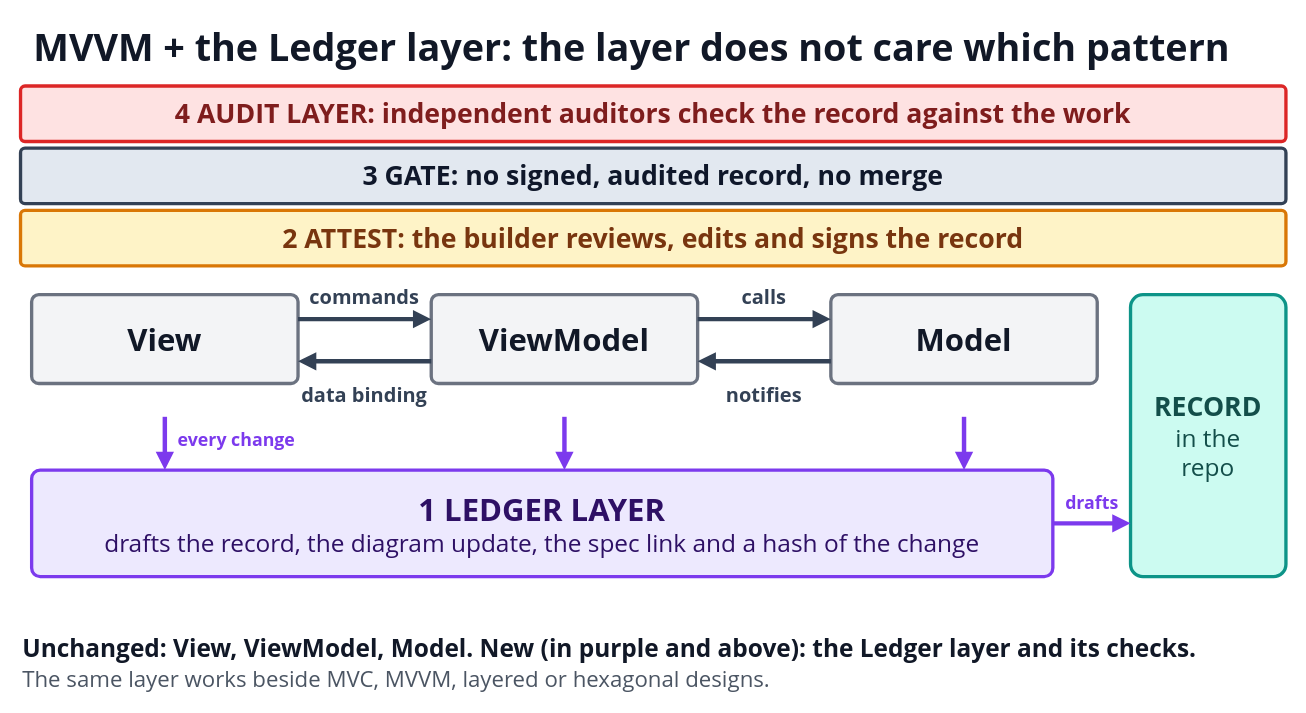
Earlier version of the draw.io diagram diagrams/09b-mvvm-with-ledger-layer.drawio (i-asimkhan/ledger-layer-pattern). Source tidied: cells renumbered, new cells numbered last; positions are measured from the earlier drawing's top-left corner, leaving out a move shared by most shapes. Both pictures are drawn from the tidied source at 111%, with x=0, y=0 at pixel (20, 19).
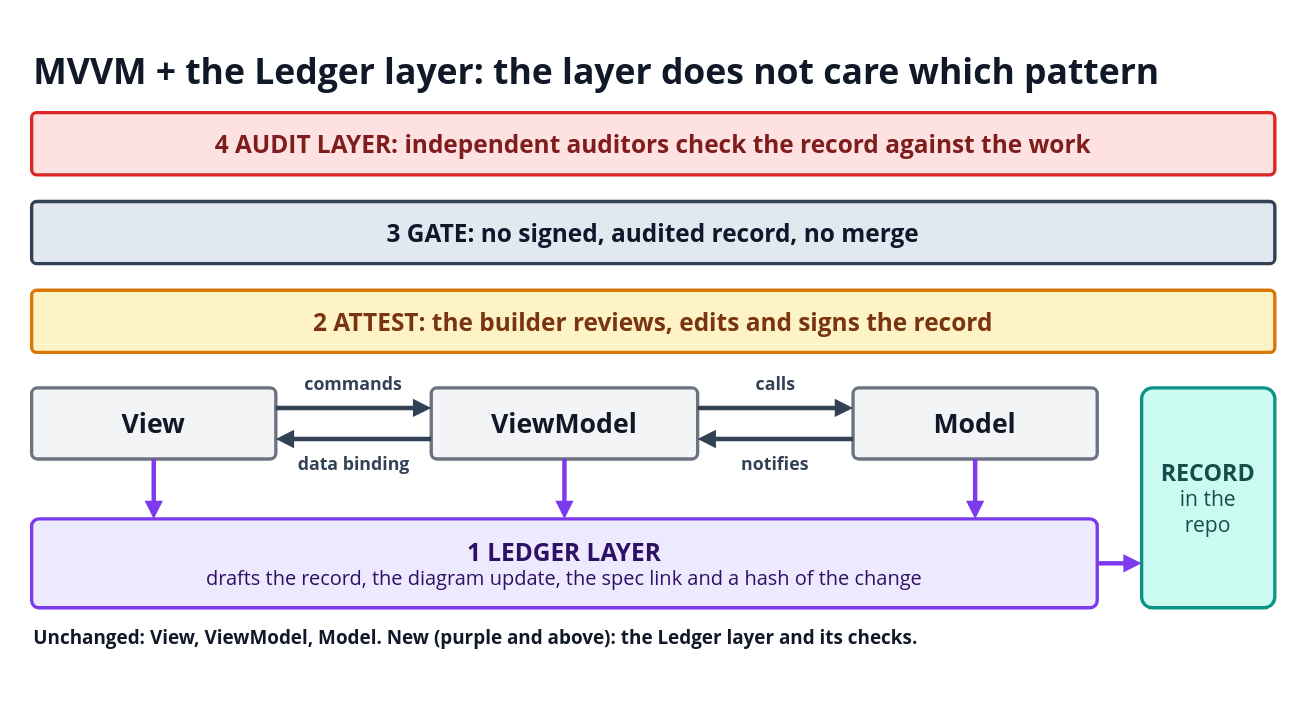
After the change.

The edit, as a diff of the source:
```diff
@@
-    <mxCell id="2" value="MVVM + the Ledger layer: the layer does not care which pattern" style="text;html=1;strokeColor=none;fillColor=none;whiteSpace=wrap;verticalAlign=middle;align=left;fontSize=34;fontColor=#111827;fontFamily=Segoe UI;fontStyle=1;" parent="1" vertex="1">
-      <mxGeometry x="10" width="1120" height="50" as="geometry" />
+    <mxCell id="2" value="MVVM + the Ledger layer: the layer does not care which pattern" style="text;html=1;strokeColor=none;fillColor=none;whiteSpace=wrap;verticalAlign=middle;align=left;fontSize=32;fontColor=#111827;fontFamily=Segoe UI;fontStyle=1;" parent="1" vertex="1">
+      <mxGeometry x="10" y="26" width="1120" height="42" as="geometry" />
     </mxCell>
-    <mxCell id="3" value="&lt;span style=&quot;font-size:24px&quot;&gt;&lt;b&gt;4  AUDIT LAYER: independent auditors check the record against the work&lt;/b&gt;&lt;/span&gt;" style="rounded=1;arcSize=8;whiteSpace=wrap;html=1;fillColor=#FEE2E2;strokeColor=#DC2626;fontColor=#7F1D1D;strokeWidth=3;align=center;verticalAlign=middle;fontSize=24;fontFamily=Segoe UI;" parent="1" vertex="1">
-      <mxGeometry y="60" width="1140" height="50" as="geometry" />
+    <mxCell id="3" value="&lt;span style=&quot;font-size:22px&quot;&gt;&lt;b&gt;4  AUDIT LAYER: independent auditors check the record against the work&lt;/b&gt;&lt;/span&gt;" style="rounded=1;arcSize=8;whiteSpace=wrap;html=1;fillColor=#FEE2E2;strokeColor=#DC2626;fontColor=#7F1D1D;strokeWidth=3;align=center;verticalAlign=middle;fontSize=24;fontFamily=Segoe UI;spacing=14;" parent="1" vertex="1">
+      <mxGeometry x="10" y="84" width="1120" height="56" as="geometry" />
     </mxCell>
-    <mxCell id="4" value="&lt;span style=&quot;font-size:24px&quot;&gt;&lt;b&gt;3  GATE: no signed, audited record, no merge&lt;/b&gt;&lt;/span&gt;" style="rounded=1;arcSize=8;whiteSpace=wrap;html=1;fillColor=#E2E8F0;strokeColor=#334155;fontColor=#0F172A;strokeWidth=3;align=center;verticalAlign=middle;fontSize=24;fontFamily=Segoe UI;" parent="1" vertex="1">
-      <mxGeometry y="116" width="1140" height="50" as="geometry" />
+    <mxCell id="4" value="&lt;span style=&quot;font-size:22px&quot;&gt;&lt;b&gt;3  GATE: no signed, audited record, no merge&lt;/b&gt;&lt;/span&gt;" style="rounded=1;arcSize=8;whiteSpace=wrap;html=1;fillColor=#E2E8F0;strokeColor=#334155;fontColor=#0F172A;strokeWidth=3;align=center;verticalAlign=middle;fontSize=24;fontFamily=Segoe UI;spacing=14;" parent="1" vertex="1">
+      <mxGeometry x="10" y="164" width="1120" height="56" as="geometry" />
     </mxCell>
-    <mxCell id="5" value="&lt;span style=&quot;font-size:24px&quot;&gt;&lt;b&gt;2  ATTEST: the builder reviews, edits and signs the record&lt;/b&gt;&lt;/span&gt;" style="rounded=1;arcSize=8;whiteSpace=wrap;html=1;fillColor=#FEF3C7;strokeColor=#D97706;fontColor=#78350F;strokeWidth=3;align=center;verticalAlign=middle;fontSize=24;fontFamily=Segoe UI;" parent="1" vertex="1">
-      <mxGeometry y="172" width="1140" height="50" as="geometry" />
+    <mxCell id="5" value="&lt;span style=&quot;font-size:22px&quot;&gt;&lt;b&gt;2  ATTEST: the builder reviews, edits and signs the record&lt;/b&gt;&lt;/span&gt;" style="rounded=1;arcSize=8;whiteSpace=wrap;html=1;fillColor=#FEF3C7;strokeColor=#D97706;fontColor=#78350F;strokeWidth=3;align=center;verticalAlign=middle;fontSize=24;fontFamily=Segoe UI;spacing=14;" parent="1" vertex="1">
+      <mxGeometry x="10" y="244" width="1120" height="56" as="geometry" />
     </mxCell>
-    <mxCell id="6" value="&lt;span style=&quot;font-size:28px&quot;&gt;&lt;b&gt;View&lt;/b&gt;&lt;/span&gt;" style="rounded=1;arcSize=8;whiteSpace=wrap;html=1;fillColor=#F3F4F6;strokeColor=#6B7280;fontColor=#111827;strokeWidth=3;align=center;verticalAlign=middle;fontSize=24;fontFamily=Segoe UI;" parent="1" vertex="1">
-      <mxGeometry x="10" y="248" width="240" height="80" as="geometry" />
+    <mxCell id="6" value="&lt;span style=&quot;font-size:24px&quot;&gt;&lt;b&gt;View&lt;/b&gt;&lt;/span&gt;" style="rounded=1;arcSize=8;whiteSpace=wrap;html=1;fillColor=#F3F4F6;strokeColor=#6B7280;fontColor=#111827;strokeWidth=3;align=center;verticalAlign=middle;fontSize=24;fontFamily=Segoe UI;spacing=14;" parent="1" vertex="1">
+      <mxGeometry x="10" y="332" width="220" height="64" as="geometry" />
     </mxCell>
-    <mxCell id="7" value="&lt;span style=&quot;font-size:28px&quot;&gt;&lt;b&gt;ViewModel&lt;/b&gt;&lt;/span&gt;" style="rounded=1;arcSize=8;whiteSpace=wrap;html=1;fillColor=#F3F4F6;strokeColor=#6B7280;fontColor=#111827;strokeWidth=3;align=center;verticalAlign=middle;fontSize=24;fontFamily=Segoe UI;" parent="1" vertex="1">
-      <mxGeometry x="370" y="248" width="240" height="80" as="geometry" />
+    <mxCell id="7" value="&lt;span style=&quot;font-size:24px&quot;&gt;&lt;b&gt;ViewModel&lt;/b&gt;&lt;/span&gt;" style="rounded=1;arcSize=8;whiteSpace=wrap;html=1;fillColor=#F3F4F6;strokeColor=#6B7280;fontColor=#111827;strokeWidth=3;align=center;verticalAlign=middle;fontSize=24;fontFamily=Segoe UI;spacing=14;" parent="1" vertex="1">
+      <mxGeometry x="370" y="332" width="240" height="64" as="geometry" />
     </mxCell>
-    <mxCell id="8" value="&lt;span style=&quot;font-size:28px&quot;&gt;&lt;b&gt;Model&lt;/b&gt;&lt;/span&gt;" style="rounded=1;arcSize=8;whiteSpace=wrap;html=1;fillColor=#F3F4F6;strokeColor=#6B7280;fontColor=#111827;strokeWidth=3;align=center;verticalAlign=middle;fontSize=24;fontFamily=Segoe UI;" parent="1" vertex="1">
-      <mxGeometry x="730" y="248" width="240" height="80" as="geometry" />
+    <mxCell id="8" value="&lt;span style=&quot;font-size:24px&quot;&gt;&lt;b&gt;Model&lt;/b&gt;&lt;/span&gt;" style="rounded=1;arcSize=8;whiteSpace=wrap;html=1;fillColor=#F3F4F6;strokeColor=#6B7280;fontColor=#111827;strokeWidth=3;align=center;verticalAlign=middle;fontSize=24;fontFamily=Segoe UI;spacing=14;" parent="1" vertex="1">
+      <mxGeometry x="750" y="332" width="220" height="64" as="geometry" />
     </mxCell>
     <mxCell id="9" style="endArrow=block;endFill=1;html=1;rounded=0;strokeColor=#334155;strokeWidth=4;" parent="1" edge="1">
       <mxGeometry relative="1" as="geometry">
-        <mxPoint x="250" y="270" as="sourcePoint" />
-        <mxPoint x="370" y="270" as="targetPoint" />
+        <mxPoint x="230" y="350" as="sourcePoint" />
+        <mxPoint x="370" y="350" as="targetPoint" />
       </mxGeometry>
     </mxCell>
-    <mxCell id="10" value="commands" style="text;html=1;strokeColor=none;fillColor=none;whiteSpace=wrap;verticalAlign=middle;align=center;fontSize=18;fontColor=#334155;fontFamily=Segoe UI;fontStyle=1;" parent="1" vertex="1">
-      <mxGeometry x="265" y="236" width="90" height="28" as="geometry" />
+    <mxCell id="10" value="commands" style="text;html=1;strokeColor=none;fillColor=none;whiteSpace=wrap;verticalAlign=middle;labelBackgroundColor=#FFFFFF;align=center;fontSize=16;fontColor=#334155;fontFamily=Segoe UI;fontStyle=1;" parent="1" vertex="1">
+      <mxGeometry x="261" y="315" width="78" height="26" as="geometry" />
     </mxCell>
     <mxCell id="11" style="endArrow=block;endFill=1;html=1;rounded=0;strokeColor=#334155;strokeWidth=4;" parent="1" edge="1">
       <mxGeometry relative="1" as="geometry">
-        <mxPoint x="370" y="308" as="sourcePoint" />
-        <mxPoint x="250" y="308" as="targetPoint" />
+        <mxPoint x="370" y="378" as="sourcePoint" />
+        <mxPoint x="230" y="378" as="targetPoint" />
       </mxGeometry>
     </mxCell>
-    <mxCell id="12" value="data binding" style="text;html=1;strokeColor=none;fillColor=none;whiteSpace=wrap;verticalAlign=middle;align=center;fontSize=18;fontColor=#334155;fontFamily=Segoe UI;fontStyle=1;" parent="1" vertex="1">
-      <mxGeometry x="246" y="324" width="128" height="28" as="geometry" />
+    <mxCell id="12" value="data binding" style="text;html=1;strokeColor=none;fillColor=none;whiteSpace=wrap;verticalAlign=middle;labelBackgroundColor=#FFFFFF;align=center;fontSize=16;fontColor=#334155;fontFamily=Segoe UI;fontStyle=1;" parent="1" vertex="1">
+      <mxGeometry x="244.5" y="387" width="111" height="26" as="geometry" />
     </mxCell>
     <mxCell id="13" style="endArrow=block;endFill=1;html=1;rounded=0;strokeColor=#334155;strokeWidth=4;" parent="1" edge="1">
       <mxGeometry relative="1" as="geometry">
-        <mxPoint x="610" y="270" as="sourcePoint" />
-        <mxPoint x="730" y="270" as="targetPoint" />
+        <mxPoint x="610" y="350" as="sourcePoint" />
+        <mxPoint x="750" y="350" as="targetPoint" />
       </mxGeometry>
     </mxCell>
-    <mxCell id="14" value="calls" style="text;html=1;strokeColor=none;fillColor=none;whiteSpace=wrap;verticalAlign=middle;align=center;fontSize=18;fontColor=#334155;fontFamily=Segoe UI;fontStyle=1;" parent="1" vertex="1">
-      <mxGeometry x="639" y="236" width="62" height="28" as="geometry" />
+    <mxCell id="14" value="calls" style="text;html=1;strokeColor=none;fillColor=none;whiteSpace=wrap;verticalAlign=middle;labelBackgroundColor=#FFFFFF;align=center;fontSize=16;fontColor=#334155;fontFamily=Segoe UI;fontStyle=1;" parent="1" vertex="1">
+      <mxGeometry x="653.5" y="315" width="53" height="26" as="geometry" />
     </mxCell>
     <mxCell id="15" style="endArrow=block;endFill=1;html=1;rounded=0;strokeColor=#334155;strokeWidth=4;" parent="1" edge="1">
       <mxGeometry relative="1" as="geometry">
-        <mxPoint x="730" y="308" as="sourcePoint" />
-        <mxPoint x="610" y="308" as="targetPoint" />
+        <mxPoint x="750" y="378" as="sourcePoint" />
+        <mxPoint x="610" y="378" as="targetPoint" />
       </mxGeometry>
     </mxCell>
-    <mxCell id="16" value="notifies" style="text;html=1;strokeColor=none;fillColor=none;whiteSpace=wrap;verticalAlign=middle;align=center;fontSize=18;fontColor=#334155;fontFamily=Segoe UI;fontStyle=1;" parent="1" vertex="1">
-      <mxGeometry x="625" y="324" width="90" height="28" as="geometry" />
+    <mxCell id="16" value="notifies" style="text;html=1;strokeColor=none;fillColor=none;whiteSpace=wrap;verticalAlign=middle;labelBackgroundColor=#FFFFFF;align=center;fontSize=16;fontColor=#334155;fontFamily=Segoe UI;fontStyle=1;" parent="1" vertex="1">
+      <mxGeometry x="641" y="387" width="78" height="26" as="geometry" />
     </mxCell>
-    <mxCell id="17" value="&lt;span style=&quot;font-size:28px&quot;&gt;&lt;b&gt;1  LEDGER LAYER&lt;/b&gt;&lt;/span&gt;&lt;br&gt;&lt;span style=&quot;font-size:22px&quot;&gt;drafts the record, the diagram update, the spec link and a hash of the change&lt;/span&gt;" style="rounded=1;arcSize=8;whiteSpace=wrap;html=1;fillColor=#EDE9FE;strokeColor=#7C3AED;fontColor=#2E1065;strokeWidth=3;align=center;verticalAlign=middle;fontSize=22;fontFamily=Segoe UI;" parent="1" vertex="1">
-      <mxGeometry x="10" y="406" width="920" height="96" as="geometry" />
+    <mxCell id="17" value="&lt;span style=&quot;font-size:22px&quot;&gt;&lt;b&gt;1  LEDGER LAYER&lt;/b&gt;&lt;/span&gt;&lt;br&gt;&lt;span style=&quot;font-size:18px&quot;&gt;drafts the record, the diagram update, the spec link and a hash of the change&lt;/span&gt;" style="rounded=1;arcSize=8;whiteSpace=wrap;html=1;fillColor=#EDE9FE;strokeColor=#7C3AED;fontColor=#2E1065;strokeWidth=3;align=center;verticalAlign=middle;fontSize=18;fontFamily=Segoe UI;spacing=14;" parent="1" vertex="1">
+      <mxGeometry x="10" y="450" width="960" height="80" as="geometry" />
     </mxCell>
-    <mxCell id="18" value="&lt;span style=&quot;font-size:24px&quot;&gt;&lt;b&gt;RECORD&lt;/b&gt;&lt;/span&gt;&lt;br&gt;&lt;span style=&quot;font-size:22px&quot;&gt;in the&lt;/span&gt;&lt;br&gt;&lt;span style=&quot;font-size:22px&quot;&gt;repo&lt;/span&gt;" style="rounded=1;arcSize=8;whiteSpace=wrap;html=1;fillColor=#CCFBF1;strokeColor=#0D9488;fontColor=#134E4A;strokeWidth=3;align=center;verticalAlign=middle;fontSize=22;fontFamily=Segoe UI;" parent="1" vertex="1">
-      <mxGeometry x="1000" y="248" width="140" height="254" as="geometry" />
+    <mxCell id="18" value="&lt;span style=&quot;font-size:21px&quot;&gt;&lt;b&gt;RECORD&lt;/b&gt;&lt;/span&gt;&lt;br&gt;&lt;span style=&quot;font-size:19px&quot;&gt;in the&lt;/span&gt;&lt;br&gt;&lt;span style=&quot;font-size:19px&quot;&gt;repo&lt;/span&gt;" style="rounded=1;arcSize=8;whiteSpace=wrap;html=1;fillColor=#CCFBF1;strokeColor=#0D9488;fontColor=#134E4A;strokeWidth=3;align=center;verticalAlign=middle;fontSize=19;fontFamily=Segoe UI;spacing=14;" parent="1" vertex="1">
+      <mxGeometry x="1010" y="332" width="120" height="198" as="geometry" />
     </mxCell>
     <mxCell id="19" style="endArrow=block;endFill=1;html=1;rounded=0;strokeColor=#7C3AED;strokeWidth=4;" parent="1" edge="1">
       <mxGeometry relative="1" as="geometry">
-        <mxPoint x="130" y="358" as="sourcePoint" />
-        <mxPoint x="130" y="406" as="targetPoint" />
+        <mxPoint x="120" y="396" as="sourcePoint" />
+        <mxPoint x="120" y="450" as="targetPoint" />
       </mxGeometry>
     </mxCell>
     <mxCell id="20" style="endArrow=block;endFill=1;html=1;rounded=0;strokeColor=#7C3AED;strokeWidth=4;" parent="1" edge="1">
       <mxGeometry relative="1" as="geometry">
-        <mxPoint x="490" y="358" as="sourcePoint" />
-        <mxPoint x="490" y="406" as="targetPoint" />
+        <mxPoint x="490" y="396" as="sourcePoint" />
+        <mxPoint x="490" y="450" as="targetPoint" />
       </mxGeometry>
     </mxCell>
     <mxCell id="21" style="endArrow=block;endFill=1;html=1;rounded=0;strokeColor=#7C3AED;strokeWidth=4;" parent="1" edge="1">
       <mxGeometry relative="1" as="geometry">
-        <mxPoint x="850" y="358" as="sourcePoint" />
-        <mxPoint x="850" y="406" as="targetPoint" />
+        <mxPoint x="860" y="396" as="sourcePoint" />
+        <mxPoint x="860" y="450" as="targetPoint" />
       </mxGeometry>
     </mxCell>
-    <mxCell id="22" value="every change" style="text;html=1;strokeColor=none;fillColor=none;whiteSpace=wrap;verticalAlign=middle;align=left;fontSize=16;fontColor=#7C3AED;fontFamily=Segoe UI;fontStyle=1;" parent="1" vertex="1">
-      <mxGeometry x="140" y="364" width="150" height="30" as="geometry" />
+    <mxCell id="22" style="endArrow=block;endFill=1;html=1;rounded=0;strokeColor=#7C3AED;strokeWidth=4;" parent="1" edge="1">
+      <mxGeometry relative="1" as="geometry">
+        <mxPoint x="970" y="490" as="sourcePoint" />
+        <mxPoint x="1010" y="490" as="targetPoint" />
+      </mxGeometry>
     </mxCell>
-    <mxCell id="23" style="endArrow=block;endFill=1;html=1;rounded=0;strokeColor=#7C3AED;strokeWidth=4;" parent="1" edge="1">
-      <mxGeometry relative="1" as="geometry">
-        <mxPoint x="930" y="454" as="sourcePoint" />
-        <mxPoint x="1000" y="454" as="targetPoint" />
-      </mxGeometry>
+    <mxCell id="23" value="Unchanged: View, ViewModel, Model. New (purple and above): the Ledger layer and its checks." style="text;html=1;strokeColor=none;fillColor=none;whiteSpace=wrap;verticalAlign=middle;align=left;fontSize=17;fontColor=#111827;fontFamily=Segoe UI;fontStyle=1;" parent="1" vertex="1">
+      <mxGeometry x="10" y="542" width="1120" height="30" as="geometry" />
     </mxCell>
-    <mxCell id="24" value="drafts" style="text;html=1;strokeColor=none;fillColor=none;whiteSpace=wrap;verticalAlign=middle;align=center;fontSize=16;fontColor=#7C3AED;fontFamily=Segoe UI;fontStyle=1;" parent="1" vertex="1">
-      <mxGeometry x="932.5" y="422" width="65" height="28" as="geometry" />
-    </mxCell>
-    <mxCell id="25" value="Unchanged: View, ViewModel, Model. New (in purple and above): the Ledger layer and its checks." style="text;html=1;strokeColor=none;fillColor=none;whiteSpace=wrap;verticalAlign=middle;align=left;fontSize=22;fontColor=#111827;fontFamily=Segoe UI;fontStyle=1;" parent="1" vertex="1">
-      <mxGeometry y="546" width="1140" height="40" as="geometry" />
-    </mxCell>
-    <mxCell id="26" value="The same layer works beside MVC, MVVM, layered or hexagonal designs." style="text;html=1;strokeColor=none;fillColor=none;whiteSpace=wrap;verticalAlign=middle;align=left;fontSize=20;fontColor=#4B5563;fontFamily=Segoe UI;fontStyle=0;" parent="1" vertex="1">
-      <mxGeometry y="580" width="1140" height="28" as="geometry" />
-    </mxCell>
```
